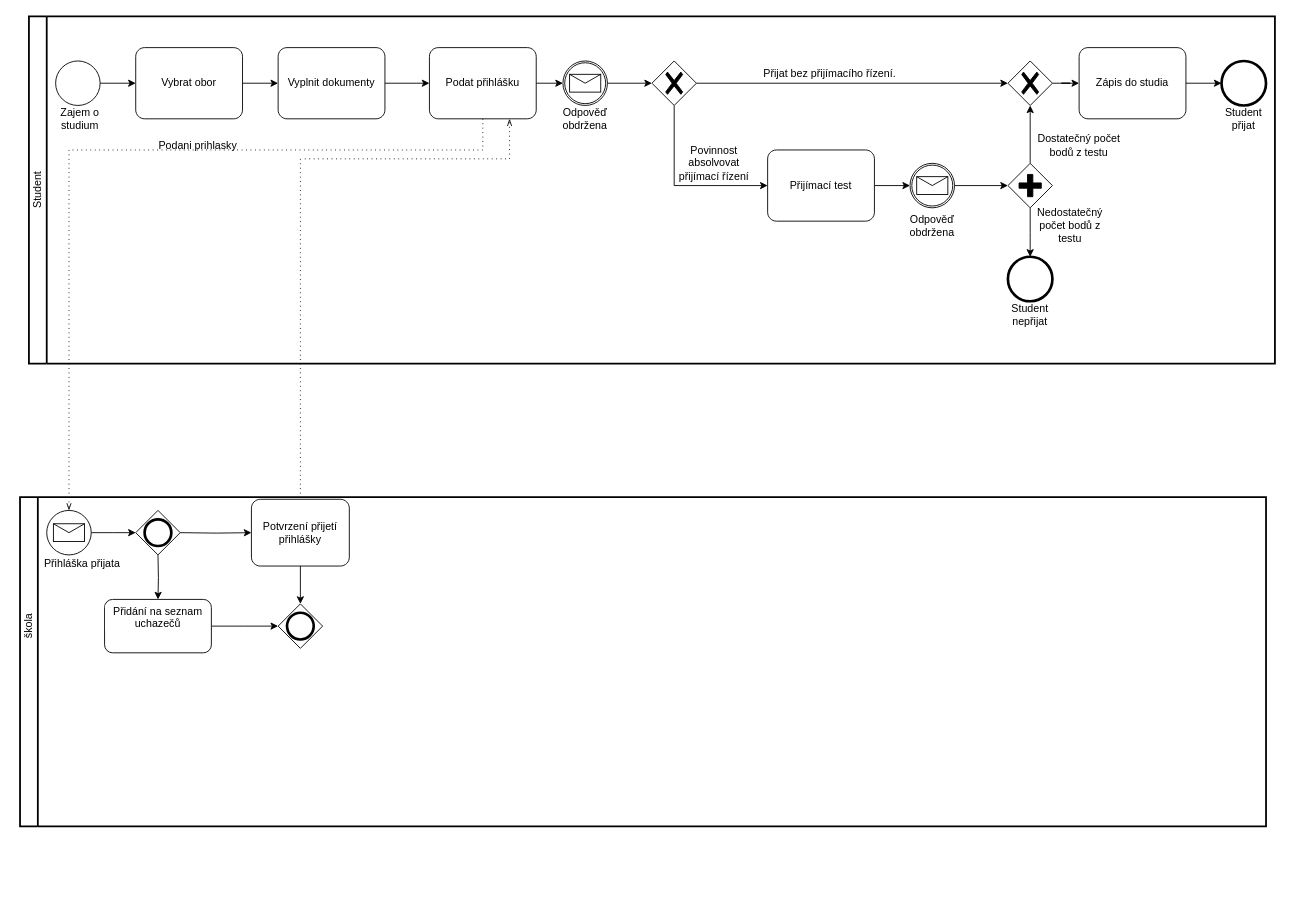
Before: Process/Process.drawio in KristyFromEarth/UML, a draw.io diagram. Source tidied: cells renumbered, new cells numbered last; positions are measured from the earlier drawing's top-left corner, leaving out a move shared by most shapes. Both pictures are drawn from the tidied source at 89%, with x=0, y=0 at pixel (2, 16).
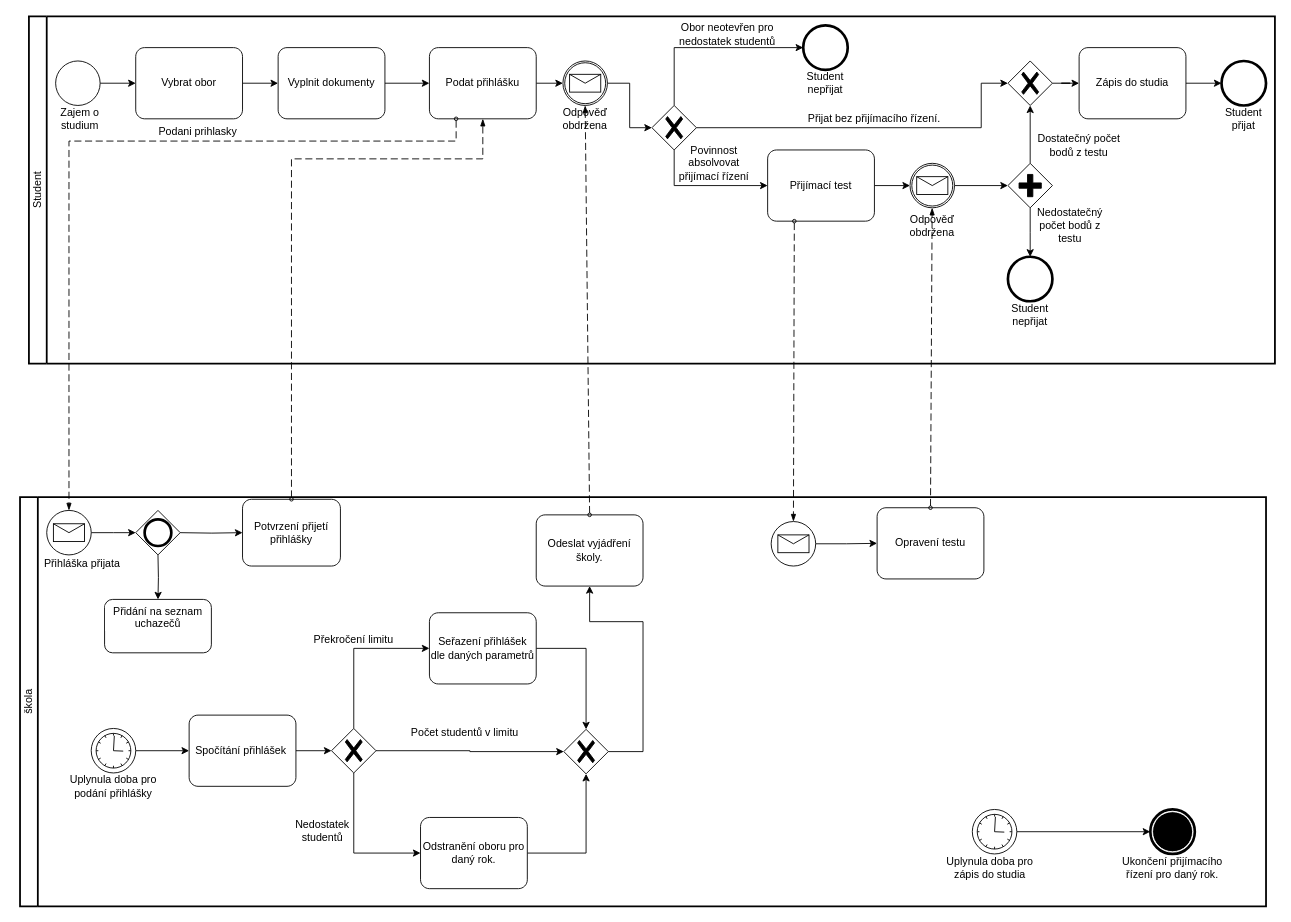
After the change.

Commit message:
Skola a student Process.drawio

Unchanged cells that the change refers to:
```xml
<mxCell id="2" style="swimlane;html=1;startSize=20;fontStyle=0;horizontal=0;swimlaneLine=1;swimlaneFillColor=#ffffff;strokeWidth=2;whiteSpace=wrap;" parent="1" vertex="1">
  <mxGeometry x="30" width="1400" height="390" as="geometry" />
</mxCell>
<mxCell id="13" value="Podat přihlášku" style="points=[[0.25,0,0],[0.5,0,0],[0.75,0,0],[1,0.25,0],[1,0.5,0],[1,0.75,0],[0.75,1,0],[0.5,1,0],[0.25,1,0],[0,0.75,0],[0,0.5,0],[0,0.25,0]];shape=mxgraph.bpmn.task;whiteSpace=wrap;rectStyle=rounded;size=10;html=1;taskMarker=abstract;" parent="2" vertex="1">
  <mxGeometry x="450" y="35" width="120" height="80" as="geometry" />
</mxCell>
<mxCell id="18" style="points=[[0.145,0.145,0],[0.5,0,0],[0.855,0.145,0],[1,0.5,0],[0.855,0.855,0],[0.5,1,0],[0.145,0.855,0],[0,0.5,0]];shape=mxgraph.bpmn.event;html=1;verticalLabelPosition=bottom;labelBackgroundColor=#ffffff;verticalAlign=top;align=center;perimeter=ellipsePerimeter;outlineConnect=0;outline=catching;symbol=message;" parent="2" vertex="1">
  <mxGeometry x="600" y="50" width="50" height="50" as="geometry" />
</mxCell>
<mxCell id="23" style="points=[[0.25,0.25,0],[0.5,0,0],[0.75,0.25,0],[1,0.5,0],[0.75,0.75,0],[0.5,1,0],[0.25,0.75,0],[0,0.5,0]];shape=mxgraph.bpmn.gateway2;html=1;verticalLabelPosition=bottom;labelBackgroundColor=#ffffff;verticalAlign=top;align=center;perimeter=rhombusPerimeter;outlineConnect=0;outline=none;symbol=none;gwType=exclusive;" parent="2" vertex="1">
  <mxGeometry x="1100" y="50" width="50" height="50" as="geometry" />
</mxCell>
<mxCell id="25" value="Přijímací test" style="points=[[0.25,0,0],[0.5,0,0],[0.75,0,0],[1,0.25,0],[1,0.5,0],[1,0.75,0],[0.75,1,0],[0.5,1,0],[0.25,1,0],[0,0.75,0],[0,0.5,0],[0,0.25,0]];shape=mxgraph.bpmn.task;whiteSpace=wrap;rectStyle=rounded;size=10;html=1;taskMarker=abstract;" parent="2" vertex="1">
  <mxGeometry x="830" y="150" width="120" height="80" as="geometry" />
</mxCell>
<mxCell id="27" style="points=[[0.145,0.145,0],[0.5,0,0],[0.855,0.145,0],[1,0.5,0],[0.855,0.855,0],[0.5,1,0],[0.145,0.855,0],[0,0.5,0]];shape=mxgraph.bpmn.event;html=1;verticalLabelPosition=bottom;labelBackgroundColor=#ffffff;verticalAlign=top;align=center;perimeter=ellipsePerimeter;outlineConnect=0;outline=catching;symbol=message;" parent="2" vertex="1">
  <mxGeometry x="990" y="165" width="50" height="50" as="geometry" />
</mxCell>
<mxCell id="43" style="points=[[0.145,0.145,0],[0.5,0,0],[0.855,0.145,0],[1,0.5,0],[0.855,0.855,0],[0.5,1,0],[0.145,0.855,0],[0,0.5,0]];shape=mxgraph.bpmn.event;html=1;verticalLabelPosition=bottom;labelBackgroundColor=#ffffff;verticalAlign=top;align=center;perimeter=ellipsePerimeter;outlineConnect=0;outline=standard;symbol=message;" parent="41" vertex="1">
  <mxGeometry x="30" y="15" width="50" height="50" as="geometry" />
</mxCell>
<mxCell id="51" value="Přidání na seznam uchazečů" style="rounded=1;whiteSpace=wrap;html=1;verticalAlign=top;labelBackgroundColor=#ffffff;" parent="41" vertex="1">
  <mxGeometry x="95" y="115" width="120" height="60" as="geometry" />
</mxCell>
```

Change to the diagram source:
```diff
@@
     <mxCell id="14" value="Podani prihlasky" style="text;html=1;strokeColor=none;fillColor=none;align=center;verticalAlign=middle;whiteSpace=wrap;rounded=0;" parent="2" vertex="1">
-      <mxGeometry x="130" y="130" width="120" height="30" as="geometry" />
+      <mxGeometry x="130" y="115" width="120" height="30" as="geometry" />
     </mxCell>
-    <mxCell id="15" style="edgeStyle=elbowEdgeStyle;fontSize=12;html=1;endFill=0;startFill=0;endSize=6;startSize=6;dashed=1;dashPattern=1 4;endArrow=openThin;startArrow=none;rounded=0;entryX=0.75;entryY=1;entryDx=0;entryDy=0;entryPerimeter=0;" parent="2" edge="1" target="13">
-      <mxGeometry relative="1" as="geometry">
-        <mxPoint x="310" y="160" as="sourcePoint" />
-        <Array as="points">
-          <mxPoint x="540" y="140" />
-        </Array>
-      </mxGeometry>
-    </mxCell>
@@
     <mxCell id="19" style="edgeStyle=orthogonalEdgeStyle;rounded=0;jettySize=auto;html=1;entryX=0;entryY=0.5;entryDx=0;entryDy=0;entryPerimeter=0;" parent="2" edge="1" source="21" target="23">
-      <mxGeometry relative="1" as="geometry" />
+      <mxGeometry relative="1" as="geometry">
+        <Array as="points">
+          <mxPoint x="1070" y="125" />
+          <mxPoint x="1070" y="75" />
+        </Array>
+      </mxGeometry>
     </mxCell>
@@
+    <mxCell id="57" style="edgeStyle=orthogonalEdgeStyle;rounded=0;jettySize=auto;html=1;entryX=0;entryY=0.5;entryDx=0;entryDy=0;entryPerimeter=0;" parent="2" edge="1" source="21" target="58">
+      <mxGeometry relative="1" as="geometry">
+        <Array as="points">
+          <mxPoint x="725" y="35" />
+        </Array>
+      </mxGeometry>
+    </mxCell>
     <mxCell id="21" style="points=[[0.25,0.25,0],[0.5,0,0],[0.75,0.25,0],[1,0.5,0],[0.75,0.75,0],[0.5,1,0],[0.25,0.75,0],[0,0.5,0]];shape=mxgraph.bpmn.gateway2;html=1;verticalLabelPosition=bottom;labelBackgroundColor=#ffffff;verticalAlign=top;align=center;perimeter=rhombusPerimeter;outlineConnect=0;outline=none;symbol=none;gwType=exclusive;" parent="2" vertex="1">
-      <mxGeometry x="700" y="50" width="50" height="50" as="geometry" />
+      <mxGeometry x="700" y="100" width="50" height="50" as="geometry" />
     </mxCell>
@@
     <mxCell id="37" value="Přijat bez přijímacího řízení." style="text;html=1;strokeColor=none;fillColor=none;align=center;verticalAlign=middle;whiteSpace=wrap;rounded=0;" parent="2" vertex="1">
-      <mxGeometry x="820" y="50" width="160" height="30" as="geometry" />
+      <mxGeometry x="870" y="100" width="160" height="30" as="geometry" />
     </mxCell>
@@
+    <mxCell id="58" style="points=[[0.145,0.145,0],[0.5,0,0],[0.855,0.145,0],[1,0.5,0],[0.855,0.855,0],[0.5,1,0],[0.145,0.855,0],[0,0.5,0]];shape=mxgraph.bpmn.event;html=1;verticalLabelPosition=bottom;labelBackgroundColor=#ffffff;verticalAlign=top;align=center;perimeter=ellipsePerimeter;outlineConnect=0;outline=end;symbol=terminate2;" parent="2" vertex="1">
+      <mxGeometry x="870" y="10" width="50" height="50" as="geometry" />
+    </mxCell>
+    <mxCell id="59" value="Student nepřijat" style="text;html=1;strokeColor=none;fillColor=none;align=center;verticalAlign=middle;whiteSpace=wrap;rounded=0;" parent="2" vertex="1">
+      <mxGeometry x="865" y="60" width="60" height="30" as="geometry" />
+    </mxCell>
+    <mxCell id="60" value="Obor neotevřen pro nedostatek studentů" style="text;html=1;strokeColor=none;fillColor=none;align=center;verticalAlign=middle;whiteSpace=wrap;rounded=0;" parent="2" vertex="1">
+      <mxGeometry x="710" y="5" width="150" height="30" as="geometry" />
+    </mxCell>
     <mxCell id="41" style="swimlane;html=1;startSize=20;fontStyle=0;horizontal=0;swimlaneLine=1;swimlaneFillColor=#ffffff;strokeWidth=2;whiteSpace=wrap;" parent="1" vertex="1">
-      <mxGeometry x="20" y="540" width="1400" height="370" as="geometry" />
+      <mxGeometry x="20" y="540" width="1400" height="460" as="geometry" />
     </mxCell>
@@
     <mxCell id="45" value="škola" style="text;html=1;strokeColor=none;fillColor=none;align=center;verticalAlign=middle;whiteSpace=wrap;rounded=0;rotation=-90;" parent="41" vertex="1">
-      <mxGeometry x="-20" y="130" width="60" height="30" as="geometry" />
+      <mxGeometry x="-20" y="215" width="60" height="30" as="geometry" />
     </mxCell>
-    <mxCell id="46" style="edgeStyle=orthogonalEdgeStyle;rounded=0;jettySize=auto;html=1;entryX=0.5;entryY=0;entryDx=0;entryDy=0;entryPerimeter=0;" parent="41" edge="1" source="47">
-      <mxGeometry relative="1" as="geometry">
-        <mxPoint x="315" y="120" as="targetPoint" />
-      </mxGeometry>
-    </mxCell>
     <mxCell id="47" value="Potvrzení přijetí přihlášky" style="points=[[0.25,0,0],[0.5,0,0],[0.75,0,0],[1,0.25,0],[1,0.5,0],[1,0.75,0],[0.75,1,0],[0.5,1,0],[0.25,1,0],[0,0.75,0],[0,0.5,0],[0,0.25,0]];shape=mxgraph.bpmn.task;whiteSpace=wrap;rectStyle=rounded;size=10;html=1;taskMarker=abstract;" parent="41" vertex="1">
-      <mxGeometry x="260" y="2.5" width="110" height="75" as="geometry" />
+      <mxGeometry x="250" y="2.5" width="110" height="75" as="geometry" />
     </mxCell>
@@
-    <mxCell id="50" style="edgeStyle=orthogonalEdgeStyle;rounded=0;jettySize=auto;html=1;entryX=0;entryY=0.5;entryDx=0;entryDy=0;entryPerimeter=0;" parent="41" edge="1" source="51">
-      <mxGeometry relative="1" as="geometry">
-        <mxPoint x="290" y="145" as="targetPoint" />
-      </mxGeometry>
-    </mxCell>
@@
-    <mxCell id="53" style="shape=mxgraph.bpmn.gateway2;html=1;verticalLabelPosition=bottom;labelBackgroundColor=#ffffff;verticalAlign=top;align=center;perimeter=rhombusPerimeter;outline=end;symbol=general;" parent="41" vertex="1">
-      <mxGeometry x="290" y="120" width="50" height="50" as="geometry" />
-    </mxCell>
-    <mxCell id="54" style="edgeStyle=elbowEdgeStyle;fontSize=12;html=1;endFill=0;startFill=0;endSize=6;startSize=6;dashed=1;dashPattern=1 4;endArrow=openThin;startArrow=none;rounded=0;entryX=0.5;entryY=0;entryDx=0;entryDy=0;entryPerimeter=0;" parent="1" edge="1" target="43">
-      <mxGeometry relative="1" as="geometry">
-        <mxPoint x="540" y="150" as="sourcePoint" />
-        <Array as="points">
-          <mxPoint x="75" y="310" />
-          <mxPoint x="540" y="290" />
-          <mxPoint x="110" y="190" />
-          <mxPoint x="210" y="190" />
-          <mxPoint x="210" y="240" />
-          <mxPoint x="90" y="280" />
-          <mxPoint x="210" y="170" />
-        </Array>
-      </mxGeometry>
-    </mxCell>
-    <mxCell id="55" style="edgeStyle=elbowEdgeStyle;fontSize=12;html=1;endFill=0;startFill=0;endSize=6;startSize=6;dashed=1;dashPattern=1 4;endArrow=none;startArrow=none;rounded=0;exitX=0.5;exitY=1;exitDx=0;exitDy=0;exitPerimeter=0;" parent="1" edge="1" source="13">
-      <mxGeometry relative="1" as="geometry">
-        <mxPoint x="540" y="150" as="targetPoint" />
-      </mxGeometry>
-    </mxCell>
-    <mxCell id="56" style="edgeStyle=elbowEdgeStyle;fontSize=12;html=1;endFill=0;startFill=0;endSize=6;startSize=6;dashed=1;dashPattern=1 4;endArrow=none;startArrow=none;rounded=0;entryX=0.5;entryY=0;entryDx=0;entryDy=0;entryPerimeter=0;" parent="1" edge="1" target="47">
-      <mxGeometry relative="1" as="geometry">
-        <mxPoint x="335" y="160" as="sourcePoint" />
-        <Array as="points">
-          <mxPoint x="335" y="330" />
-        </Array>
-      </mxGeometry>
-    </mxCell>
+    <mxCell id="61" value="Odeslat vyjádření školy." style="points=[[0.25,0,0],[0.5,0,0],[0.75,0,0],[1,0.25,0],[1,0.5,0],[1,0.75,0],[0.75,1,0],[0.5,1,0],[0.25,1,0],[0,0.75,0],[0,0.5,0],[0,0.25,0]];shape=mxgraph.bpmn.task;whiteSpace=wrap;rectStyle=rounded;size=10;html=1;taskMarker=abstract;" parent="41" vertex="1">
+      <mxGeometry x="580" y="20" width="120" height="80" as="geometry" />
+    </mxCell>
+    <mxCell id="62" style="edgeStyle=orthogonalEdgeStyle;rounded=0;jettySize=auto;html=1;exitX=1;exitY=0.5;exitDx=0;exitDy=0;exitPerimeter=0;entryX=0.5;entryY=0;entryDx=0;entryDy=0;entryPerimeter=0;" parent="41" edge="1" source="63" target="78">
+      <mxGeometry relative="1" as="geometry" />
+    </mxCell>
+    <mxCell id="63" value="Seřazení přihlášek dle daných parametrů" style="points=[[0.25,0,0],[0.5,0,0],[0.75,0,0],[1,0.25,0],[1,0.5,0],[1,0.75,0],[0.75,1,0],[0.5,1,0],[0.25,1,0],[0,0.75,0],[0,0.5,0],[0,0.25,0]];shape=mxgraph.bpmn.task;whiteSpace=wrap;rectStyle=rounded;size=10;html=1;taskMarker=abstract;" parent="41" vertex="1">
+      <mxGeometry x="460" y="130" width="120" height="80" as="geometry" />
+    </mxCell>
+    <mxCell id="64" style="edgeStyle=orthogonalEdgeStyle;rounded=0;jettySize=auto;html=1;entryX=0;entryY=0.5;entryDx=0;entryDy=0;entryPerimeter=0;" parent="41" edge="1" source="65" target="67">
+      <mxGeometry relative="1" as="geometry" />
+    </mxCell>
+    <mxCell id="65" style="points=[[0.145,0.145,0],[0.5,0,0],[0.855,0.145,0],[1,0.5,0],[0.855,0.855,0],[0.5,1,0],[0.145,0.855,0],[0,0.5,0]];shape=mxgraph.bpmn.event;html=1;verticalLabelPosition=bottom;labelBackgroundColor=#ffffff;verticalAlign=top;align=center;perimeter=ellipsePerimeter;outlineConnect=0;outline=standard;symbol=timer;" parent="41" vertex="1">
+      <mxGeometry x="80" y="260" width="50" height="50" as="geometry" />
+    </mxCell>
+    <mxCell id="66" style="edgeStyle=orthogonalEdgeStyle;rounded=0;jettySize=auto;html=1;exitX=1;exitY=0.5;exitDx=0;exitDy=0;exitPerimeter=0;entryX=0;entryY=0.5;entryDx=0;entryDy=0;entryPerimeter=0;" parent="41" edge="1" source="67" target="72">
+      <mxGeometry relative="1" as="geometry" />
+    </mxCell>
+    <mxCell id="67" value="Spočítání přihlášek&amp;nbsp;" style="points=[[0.25,0,0],[0.5,0,0],[0.75,0,0],[1,0.25,0],[1,0.5,0],[1,0.75,0],[0.75,1,0],[0.5,1,0],[0.25,1,0],[0,0.75,0],[0,0.5,0],[0,0.25,0]];shape=mxgraph.bpmn.task;whiteSpace=wrap;rectStyle=rounded;size=10;html=1;taskMarker=abstract;" parent="41" vertex="1">
+      <mxGeometry x="190" y="245" width="120" height="80" as="geometry" />
+    </mxCell>
+    <mxCell id="68" value="Uplynula doba pro podání přihlášky" style="text;html=1;strokeColor=none;fillColor=none;align=center;verticalAlign=middle;whiteSpace=wrap;rounded=0;" parent="41" vertex="1">
+      <mxGeometry x="45" y="310" width="120" height="30" as="geometry" />
+    </mxCell>
+    <mxCell id="69" style="edgeStyle=orthogonalEdgeStyle;rounded=0;jettySize=auto;html=1;entryX=0;entryY=0.5;entryDx=0;entryDy=0;entryPerimeter=0;" parent="41" edge="1" source="72" target="63">
+      <mxGeometry relative="1" as="geometry">
+        <Array as="points">
+          <mxPoint x="375" y="170" />
+        </Array>
+      </mxGeometry>
+    </mxCell>
+    <mxCell id="70" style="edgeStyle=orthogonalEdgeStyle;rounded=0;jettySize=auto;html=1;entryX=0;entryY=0.5;entryDx=0;entryDy=0;entryPerimeter=0;" parent="41" edge="1" source="72" target="78">
+      <mxGeometry relative="1" as="geometry" />
+    </mxCell>
+    <mxCell id="71" style="edgeStyle=orthogonalEdgeStyle;rounded=0;jettySize=auto;html=1;entryX=0;entryY=0.5;entryDx=0;entryDy=0;entryPerimeter=0;" parent="41" edge="1" source="72" target="76">
+      <mxGeometry relative="1" as="geometry">
+        <Array as="points">
+          <mxPoint x="375" y="400" />
+        </Array>
+      </mxGeometry>
+    </mxCell>
+    <mxCell id="72" style="points=[[0.25,0.25,0],[0.5,0,0],[0.75,0.25,0],[1,0.5,0],[0.75,0.75,0],[0.5,1,0],[0.25,0.75,0],[0,0.5,0]];shape=mxgraph.bpmn.gateway2;html=1;verticalLabelPosition=bottom;labelBackgroundColor=#ffffff;verticalAlign=top;align=center;perimeter=rhombusPerimeter;outlineConnect=0;outline=none;symbol=none;gwType=exclusive;" parent="41" vertex="1">
+      <mxGeometry x="350" y="260" width="50" height="50" as="geometry" />
+    </mxCell>
+    <mxCell id="73" value="Překročení limitu" style="text;html=1;strokeColor=none;fillColor=none;align=center;verticalAlign=middle;whiteSpace=wrap;rounded=0;" parent="41" vertex="1">
+      <mxGeometry x="315" y="145" width="120" height="30" as="geometry" />
+    </mxCell>
+    <mxCell id="74" value="Nedostatek studentů" style="text;html=1;strokeColor=none;fillColor=none;align=center;verticalAlign=middle;whiteSpace=wrap;rounded=0;" parent="41" vertex="1">
+      <mxGeometry x="300" y="360" width="80" height="30" as="geometry" />
+    </mxCell>
+    <mxCell id="75" style="edgeStyle=orthogonalEdgeStyle;rounded=0;jettySize=auto;html=1;exitX=1;exitY=0.5;exitDx=0;exitDy=0;exitPerimeter=0;entryX=0.5;entryY=1;entryDx=0;entryDy=0;entryPerimeter=0;" parent="41" edge="1" source="76" target="78">
+      <mxGeometry relative="1" as="geometry" />
+    </mxCell>
+    <mxCell id="76" value="Odstranění oboru pro daný rok." style="points=[[0.25,0,0],[0.5,0,0],[0.75,0,0],[1,0.25,0],[1,0.5,0],[1,0.75,0],[0.75,1,0],[0.5,1,0],[0.25,1,0],[0,0.75,0],[0,0.5,0],[0,0.25,0]];shape=mxgraph.bpmn.task;whiteSpace=wrap;rectStyle=rounded;size=10;html=1;taskMarker=abstract;" parent="41" vertex="1">
+      <mxGeometry x="450" y="360" width="120" height="80" as="geometry" />
+    </mxCell>
+    <mxCell id="77" style="edgeStyle=orthogonalEdgeStyle;rounded=0;jettySize=auto;html=1;entryX=0.5;entryY=1;entryDx=0;entryDy=0;entryPerimeter=0;" parent="41" edge="1" source="78" target="61">
+      <mxGeometry relative="1" as="geometry">
+        <Array as="points">
+          <mxPoint x="700" y="286" />
+          <mxPoint x="700" y="140" />
+          <mxPoint x="640" y="140" />
+        </Array>
+      </mxGeometry>
+    </mxCell>
+    <mxCell id="78" style="points=[[0.25,0.25,0],[0.5,0,0],[0.75,0.25,0],[1,0.5,0],[0.75,0.75,0],[0.5,1,0],[0.25,0.75,0],[0,0.5,0]];shape=mxgraph.bpmn.gateway2;html=1;verticalLabelPosition=bottom;labelBackgroundColor=#ffffff;verticalAlign=top;align=center;perimeter=rhombusPerimeter;outlineConnect=0;outline=none;symbol=none;gwType=exclusive;" parent="41" vertex="1">
+      <mxGeometry x="611" y="261" width="50" height="50" as="geometry" />
+    </mxCell>
+    <mxCell id="79" value="Počet studentů v limitu" style="text;html=1;strokeColor=none;fillColor=none;align=center;verticalAlign=middle;whiteSpace=wrap;rounded=0;" parent="41" vertex="1">
+      <mxGeometry x="430" y="250" width="140" height="30" as="geometry" />
+    </mxCell>
+    <mxCell id="80" style="edgeStyle=orthogonalEdgeStyle;rounded=0;jettySize=auto;html=1;entryX=0;entryY=0.5;entryDx=0;entryDy=0;entryPerimeter=0;" parent="41" edge="1" source="81" target="87">
+      <mxGeometry relative="1" as="geometry" />
+    </mxCell>
+    <mxCell id="81" style="points=[[0.145,0.145,0],[0.5,0,0],[0.855,0.145,0],[1,0.5,0],[0.855,0.855,0],[0.5,1,0],[0.145,0.855,0],[0,0.5,0]];shape=mxgraph.bpmn.event;html=1;verticalLabelPosition=bottom;labelBackgroundColor=#ffffff;verticalAlign=top;align=center;perimeter=ellipsePerimeter;outlineConnect=0;outline=standard;symbol=message;" parent="41" vertex="1">
+      <mxGeometry x="844" y="27.5" width="50" height="50" as="geometry" />
+    </mxCell>
+    <mxCell id="82" style="edgeStyle=orthogonalEdgeStyle;rounded=0;jettySize=auto;html=1;entryX=0;entryY=0.5;entryDx=0;entryDy=0;entryPerimeter=0;" parent="41" edge="1" source="83" target="85">
+      <mxGeometry relative="1" as="geometry" />
+    </mxCell>
+    <mxCell id="83" style="points=[[0.145,0.145,0],[0.5,0,0],[0.855,0.145,0],[1,0.5,0],[0.855,0.855,0],[0.5,1,0],[0.145,0.855,0],[0,0.5,0]];shape=mxgraph.bpmn.event;html=1;verticalLabelPosition=bottom;labelBackgroundColor=#ffffff;verticalAlign=top;align=center;perimeter=ellipsePerimeter;outlineConnect=0;outline=standard;symbol=timer;" parent="41" vertex="1">
+      <mxGeometry x="1070" y="351" width="50" height="50" as="geometry" />
+    </mxCell>
+    <mxCell id="84" value="Uplynula doba pro zápis do studia" style="text;html=1;strokeColor=none;fillColor=none;align=center;verticalAlign=middle;whiteSpace=wrap;rounded=0;" parent="41" vertex="1">
+      <mxGeometry x="1030" y="402" width="120" height="30" as="geometry" />
+    </mxCell>
+    <mxCell id="85" style="points=[[0.145,0.145,0],[0.5,0,0],[0.855,0.145,0],[1,0.5,0],[0.855,0.855,0],[0.5,1,0],[0.145,0.855,0],[0,0.5,0]];shape=mxgraph.bpmn.event;html=1;verticalLabelPosition=bottom;labelBackgroundColor=#ffffff;verticalAlign=top;align=center;perimeter=ellipsePerimeter;outlineConnect=0;outline=end;symbol=terminate;" parent="41" vertex="1">
+      <mxGeometry x="1270" y="351" width="50" height="50" as="geometry" />
+    </mxCell>
+    <mxCell id="86" value="Ukončení přijímacího řízení pro daný rok." style="text;html=1;strokeColor=none;fillColor=none;align=center;verticalAlign=middle;whiteSpace=wrap;rounded=0;" parent="41" vertex="1">
+      <mxGeometry x="1235" y="402" width="120" height="30" as="geometry" />
+    </mxCell>
+    <mxCell id="87" value="Opravení testu" style="points=[[0.25,0,0],[0.5,0,0],[0.75,0,0],[1,0.25,0],[1,0.5,0],[1,0.75,0],[0.75,1,0],[0.5,1,0],[0.25,1,0],[0,0.75,0],[0,0.5,0],[0,0.25,0]];shape=mxgraph.bpmn.task;whiteSpace=wrap;rectStyle=rounded;size=10;html=1;taskMarker=abstract;" parent="41" vertex="1">
+      <mxGeometry x="963" y="12" width="120" height="80" as="geometry" />
+    </mxCell>
+    <mxCell id="88" style="dashed=1;dashPattern=8 4;endArrow=blockThin;endFill=1;startArrow=oval;startFill=0;endSize=6;startSize=4;html=1;rounded=0;exitX=0.5;exitY=0;exitDx=0;exitDy=0;exitPerimeter=0;entryX=0.5;entryY=1;entryDx=0;entryDy=0;entryPerimeter=0;" parent="1" edge="1" source="47" target="13">
+      <mxGeometry relative="1" as="geometry">
+        <Array as="points">
+          <mxPoint x="325" y="160" />
+          <mxPoint x="420" y="160" />
+          <mxPoint x="540" y="160" />
+        </Array>
+      </mxGeometry>
+    </mxCell>
+    <mxCell id="89" style="dashed=1;dashPattern=8 4;endArrow=blockThin;endFill=1;startArrow=oval;startFill=0;endSize=6;startSize=4;html=1;rounded=0;exitX=0.25;exitY=1;exitDx=0;exitDy=0;exitPerimeter=0;entryX=0.5;entryY=0;entryDx=0;entryDy=0;entryPerimeter=0;" parent="1" edge="1" source="13" target="43">
+      <mxGeometry relative="1" as="geometry">
+        <Array as="points">
+          <mxPoint x="510" y="140" />
+          <mxPoint x="75" y="140" />
+        </Array>
+      </mxGeometry>
+    </mxCell>
+    <mxCell id="90" style="dashed=1;dashPattern=8 4;endArrow=blockThin;endFill=1;startArrow=oval;startFill=0;endSize=6;startSize=4;html=1;rounded=0;exitX=0.5;exitY=0;exitDx=0;exitDy=0;exitPerimeter=0;entryX=0.5;entryY=1;entryDx=0;entryDy=0;entryPerimeter=0;" parent="1" edge="1" source="61" target="18">
+      <mxGeometry relative="1" as="geometry" />
+    </mxCell>
+    <mxCell id="91" style="dashed=1;dashPattern=8 4;endArrow=blockThin;endFill=1;startArrow=oval;startFill=0;endSize=6;startSize=4;html=1;rounded=0;exitX=0.25;exitY=1;exitDx=0;exitDy=0;exitPerimeter=0;entryX=0.5;entryY=0;entryDx=0;entryDy=0;entryPerimeter=0;" parent="1" edge="1" source="25" target="81">
+      <mxGeometry relative="1" as="geometry" />
+    </mxCell>
+    <mxCell id="92" style="dashed=1;dashPattern=8 4;endArrow=blockThin;endFill=1;startArrow=oval;startFill=0;endSize=6;startSize=4;html=1;rounded=0;exitX=0.5;exitY=0;exitDx=0;exitDy=0;exitPerimeter=0;" parent="1" edge="1" source="87" target="27">
+      <mxGeometry relative="1" as="geometry" />
+    </mxCell>
```
